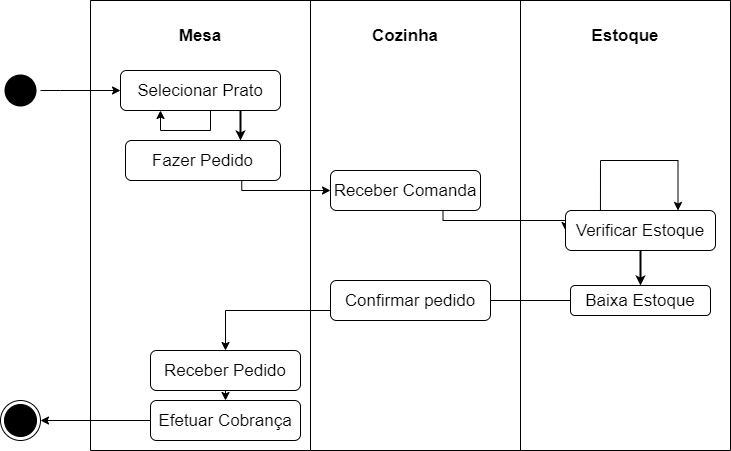
Above: Diagrama de Atividade-EstruturadoCardapio.drawio.png in hinname/project-Restaurant (draw.io), before the change. Source tidied: cells renumbered, new cells last; positions are measured from the earlier drawing's top-left corner, leaving out a move shared by most shapes.
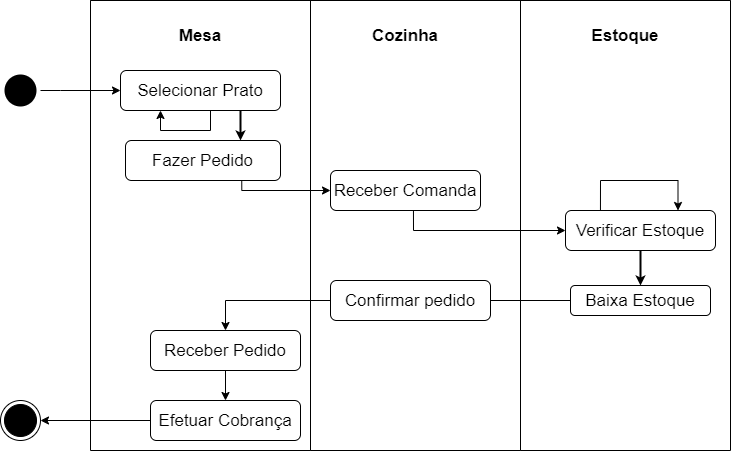
Above is the later version.

The edit, as a diff of the source:
```diff
@@ -16,21 +16,13 @@
     <mxCell id="5" style="endArrow=classic;html=1;rounded=0;fontSize=17;edgeStyle=orthogonalEdgeStyle;exitX=0.75;exitY=1;exitDx=0;exitDy=0;entryX=0;entryY=0.5;entryDx=0;entryDy=0;" parent="1" edge="1" source="11" target="18">
       <mxGeometry relative="1" as="geometry" />
     </mxCell>
-    <mxCell id="6" style="endArrow=classic;html=1;rounded=0;fontSize=17;edgeStyle=orthogonalEdgeStyle;exitX=0.75;exitY=1;exitDx=0;exitDy=0;entryX=0;entryY=0.5;entryDx=0;entryDy=0;" parent="1" edge="1" source="18" target="21">
-      <mxGeometry relative="1" as="geometry">
-        <Array as="points">
-          <mxPoint x="443" y="220" />
-        </Array>
-      </mxGeometry>
-    </mxCell>
     <mxCell id="7" value="Efetuar Cobrança" style="rounded=1;whiteSpace=wrap;html=1;fontSize=17;" parent="1" vertex="1">
       <mxGeometry x="150" y="400" width="150" height="40" as="geometry" />
     </mxCell>
     <mxCell id="8" style="endArrow=classic;html=1;rounded=0;fontSize=17;edgeStyle=orthogonalEdgeStyle;exitX=0;exitY=0.5;exitDx=0;exitDy=0;startArrow=none;entryX=0.5;entryY=0;entryDx=0;entryDy=0;" parent="1" edge="1" source="17" target="15">
       <mxGeometry relative="1" as="geometry">
         <Array as="points">
-          <mxPoint x="334" y="310" />
-          <mxPoint x="225" y="310" />
+          <mxPoint x="225" y="300" />
         </Array>
       </mxGeometry>
     </mxCell>
@@ -59,7 +51,7 @@
       </mxGeometry>
     </mxCell>
     <mxCell id="15" value="Receber Pedido" style="rounded=1;whiteSpace=wrap;html=1;fontSize=17;" parent="10" vertex="1">
-      <mxGeometry x="60" y="350" width="150" height="40" as="geometry" />
+      <mxGeometry x="60" y="330" width="150" height="40" as="geometry" />
     </mxCell>
     <mxCell id="16" style="swimlane;startSize=0;fontSize=17;strokeColor=default;fillColor=#000000;gradientColor=none;" parent="1" vertex="1">
       <mxGeometry x="310" width="210" height="450" as="geometry" />
@@ -82,8 +74,8 @@
     <mxCell id="22" style="endArrow=classic;html=1;rounded=0;fontSize=17;edgeStyle=orthogonalEdgeStyle;entryX=0.75;entryY=0;entryDx=0;entryDy=0;exitX=0.233;exitY=0;exitDx=0;exitDy=0;exitPerimeter=0;startSize=11;" parent="20" edge="1" source="21" target="21">
       <mxGeometry relative="1" as="geometry">
         <Array as="points">
-          <mxPoint x="80" y="160" />
-          <mxPoint x="158" y="160" />
+          <mxPoint x="80" y="180" />
+          <mxPoint x="158" y="180" />
         </Array>
       </mxGeometry>
     </mxCell>
@@ -112,5 +104,12 @@
         <mxPoint x="240" y="140" as="targetPoint" />
       </mxGeometry>
     </mxCell>
+    <mxCell id="6" style="endArrow=classic;html=1;rounded=0;fontSize=17;edgeStyle=orthogonalEdgeStyle;exitX=0.553;exitY=1;exitDx=0;exitDy=0;entryX=0;entryY=0.5;entryDx=0;entryDy=0;exitPerimeter=0;" parent="1" edge="1" source="18" target="21">
+      <mxGeometry relative="1" as="geometry">
+        <Array as="points">
+          <mxPoint x="413" y="230" />
+        </Array>
+      </mxGeometry>
+    </mxCell>
   </root>
 </mxGraphModel>
```
